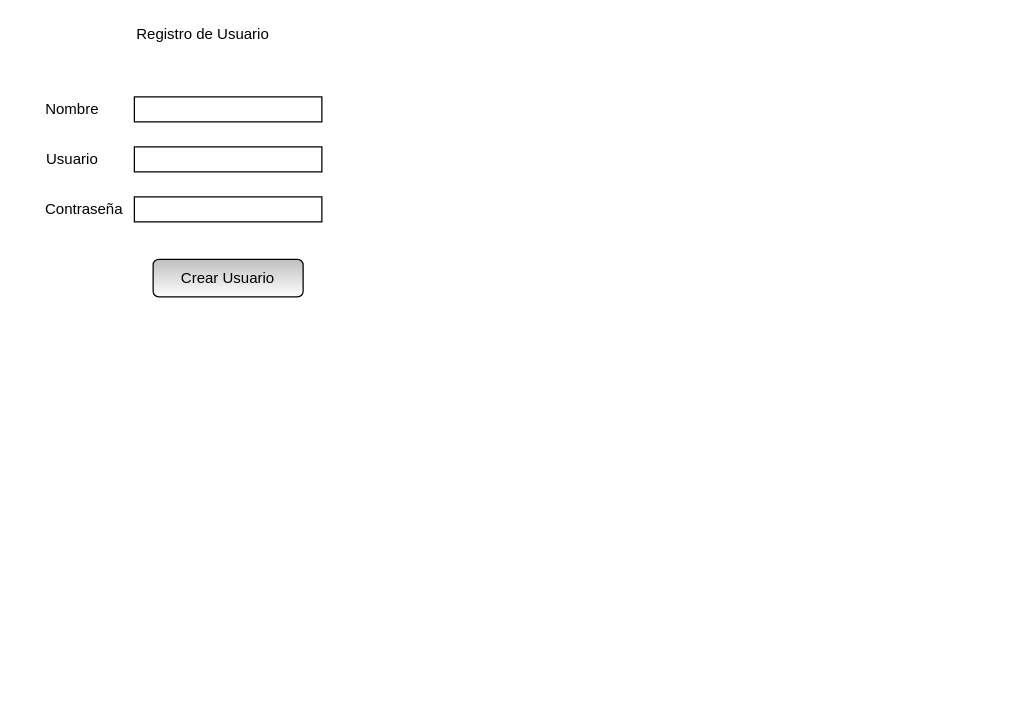
Earlier version of the draw.io diagram page "Registro Docente" (1 of 8) of Formularios.drawio (fdearmas96/ObligatorioP1). Source tidied: cells renumbered, new cells numbered last; positions are measured from the earlier drawing's top-left corner, leaving out a move shared by most shapes. Both pictures are drawn from the tidied source at 125%, with x=0, y=0 at pixel (34, 21).
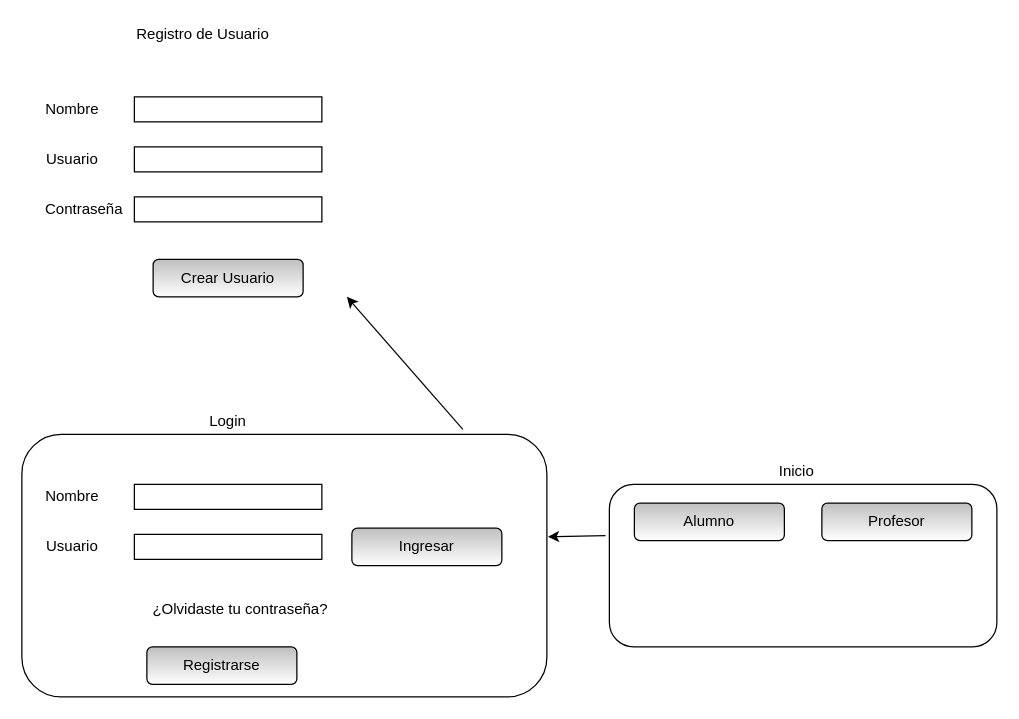
After the change.

What changed in the source:
```diff
@@
+    <mxCell id="10" style="rounded=1;whiteSpace=wrap;html=1;" parent="1" vertex="1">
+      <mxGeometry x="460" y="370" width="310" height="130" as="geometry" />
+    </mxCell>
+    <mxCell id="11" style="rounded=1;whiteSpace=wrap;html=1;" parent="1" vertex="1">
+      <mxGeometry x="-10" y="330" width="420" height="210" as="geometry" />
+    </mxCell>
@@
+    <mxCell id="12" value="Login" style="text;html=1;strokeColor=none;fillColor=none;align=center;verticalAlign=middle;whiteSpace=wrap;rounded=0;" parent="1" vertex="1">
+      <mxGeometry x="135" y="310" width="40" height="20" as="geometry" />
+    </mxCell>
+    <mxCell id="13" style="verticalLabelPosition=bottom;verticalAlign=top;html=1;shape=mxgraph.basic.rect;fillColor2=none;strokeWidth=1;size=20;indent=5;" parent="1" vertex="1">
+      <mxGeometry x="80" y="370" width="150" height="20" as="geometry" />
+    </mxCell>
+    <mxCell id="14" value="Nombre" style="text;html=1;align=center;verticalAlign=middle;strokeColor=none;" parent="1" vertex="1">
+      <mxGeometry y="370" width="60" height="20" as="geometry" />
+    </mxCell>
+    <mxCell id="15" style="verticalLabelPosition=bottom;verticalAlign=top;html=1;shape=mxgraph.basic.rect;fillColor2=none;strokeWidth=1;size=20;indent=5;" parent="1" vertex="1">
+      <mxGeometry x="80" y="410" width="150" height="20" as="geometry" />
+    </mxCell>
+    <mxCell id="16" value="Usuario" style="text;html=1;align=center;verticalAlign=middle;strokeColor=none;" parent="1" vertex="1">
+      <mxGeometry y="410" width="60" height="20" as="geometry" />
+    </mxCell>
+    <mxCell id="17" value="Ingresar" style="rounded=1;whiteSpace=wrap;html=1;gradientColor=#ffffff;fillColor=#BFBFBF;" parent="1" vertex="1">
+      <mxGeometry x="254" y="405" width="120" height="30" as="geometry" />
+    </mxCell>
+    <mxCell id="18" value="Registrarse" style="rounded=1;whiteSpace=wrap;html=1;gradientColor=#ffffff;fillColor=#BFBFBF;" parent="1" vertex="1">
+      <mxGeometry x="90" y="500" width="120" height="30" as="geometry" />
+    </mxCell>
+    <mxCell id="19" value="¿Olvidaste tu contraseña?" style="text;html=1;strokeColor=none;fillColor=none;align=center;verticalAlign=middle;whiteSpace=wrap;rounded=0;" parent="1" vertex="1">
+      <mxGeometry x="90" y="460" width="150" height="20" as="geometry" />
+    </mxCell>
+    <mxCell id="20" value="Inicio" style="text;html=1;strokeColor=none;fillColor=none;align=center;verticalAlign=middle;whiteSpace=wrap;rounded=0;" parent="1" vertex="1">
+      <mxGeometry x="590" y="350" width="40" height="20" as="geometry" />
+    </mxCell>
+    <mxCell id="21" value="Alumno" style="rounded=1;whiteSpace=wrap;html=1;gradientColor=#ffffff;fillColor=#BFBFBF;" parent="1" vertex="1">
+      <mxGeometry x="480" y="385" width="120" height="30" as="geometry" />
+    </mxCell>
+    <mxCell id="22" value="Profesor" style="rounded=1;whiteSpace=wrap;html=1;gradientColor=#ffffff;fillColor=#BFBFBF;" parent="1" vertex="1">
+      <mxGeometry x="630" y="385" width="120" height="30" as="geometry" />
+    </mxCell>
+    <mxCell id="23" style="endArrow=classic;html=1;entryX=1.002;entryY=0.39;entryDx=0;entryDy=0;entryPerimeter=0;exitX=-0.01;exitY=0.315;exitDx=0;exitDy=0;exitPerimeter=0;" parent="1" edge="1" source="10" target="11">
+      <mxGeometry relative="1" as="geometry" />
+    </mxCell>
+    <mxCell id="24" style="endArrow=classic;html=1;exitX=0.84;exitY=-0.019;exitDx=0;exitDy=0;exitPerimeter=0;" parent="1" edge="1" source="11">
+      <mxGeometry relative="1" as="geometry">
+        <mxPoint x="250" y="220" as="targetPoint" />
+      </mxGeometry>
+    </mxCell>
```
